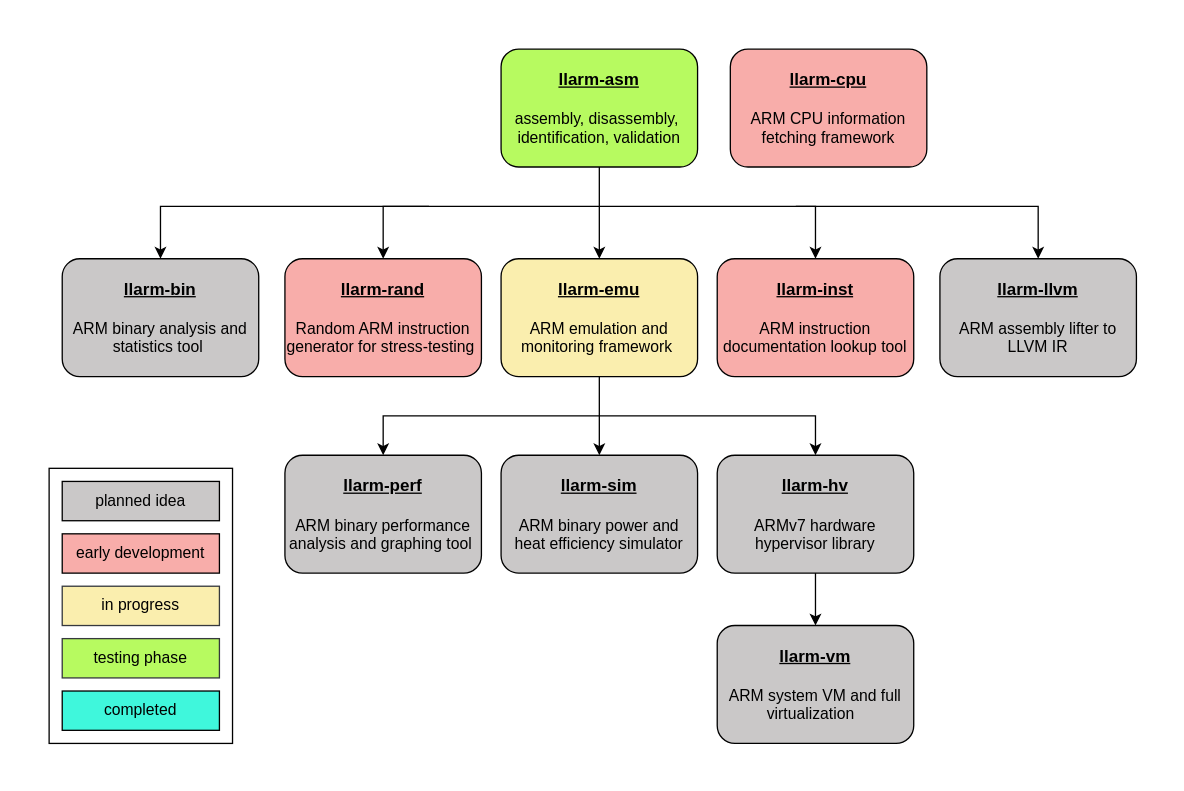
Before: assets/roadmap/llarm_roadmap.drawio in kernelwernel/llarm, a draw.io diagram. Source tidied: cells renumbered, new cells numbered last; positions are measured from the earlier drawing's top-left corner, leaving out a move shared by most shapes. Both pictures are drawn from the tidied source at 131%, with x=0, y=0 at pixel (22, 22).
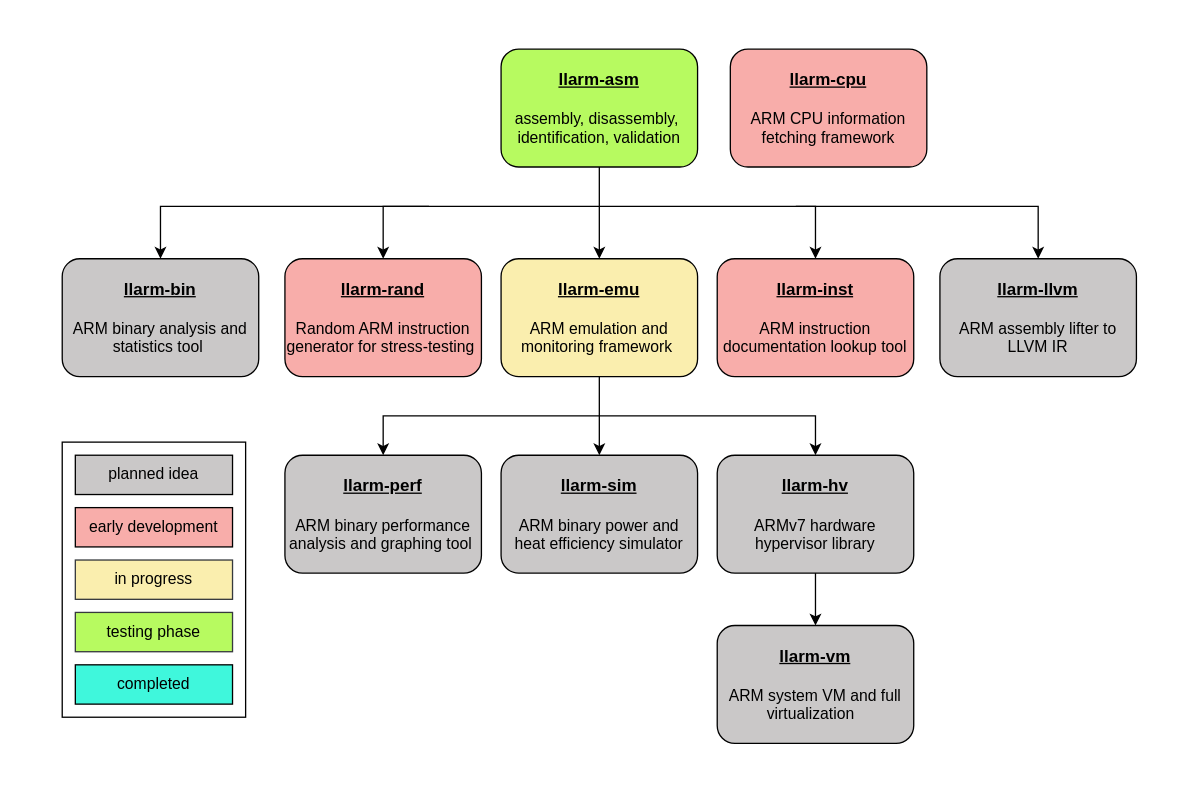
The same page after the edit.

Diff of the diagram source:
```diff
@@
-    <mxCell id="2" style="rounded=0;whiteSpace=wrap;html=1;strokeColor=none;" parent="1" vertex="1">
+    <mxCell id="2" style="rounded=1;whiteSpace=wrap;html=1;strokeColor=none;arcSize=8;" parent="1" vertex="1">
       <mxGeometry width="870" height="570" as="geometry" />
     </mxCell>
     <mxCell id="3" style="rounded=0;whiteSpace=wrap;html=1;" parent="1" vertex="1">
-      <mxGeometry x="20" y="340" width="140" height="210" as="geometry" />
+      <mxGeometry x="30" y="320" width="140" height="210" as="geometry" />
     </mxCell>
     <mxCell id="4" value="testing phase" style="rounded=0;whiteSpace=wrap;html=1;fillColor=#B7FA60;strokeColor=#36393d;" parent="1" vertex="1">
-      <mxGeometry x="30" y="470" width="120" height="30" as="geometry" />
+      <mxGeometry x="40" y="450" width="120" height="30" as="geometry" />
     </mxCell>
     <mxCell id="5" value="completed" style="rounded=0;whiteSpace=wrap;html=1;fillColor=#3FF7DC;strokeColor=#000000;" parent="1" vertex="1">
-      <mxGeometry x="30" y="510" width="120" height="30" as="geometry" />
+      <mxGeometry x="40" y="490" width="120" height="30" as="geometry" />
     </mxCell>
     <mxCell id="6" value="in progress" style="rounded=0;whiteSpace=wrap;html=1;fillColor=#FAEEAE;strokeColor=#36393d;" parent="1" vertex="1">
-      <mxGeometry x="30" y="430" width="120" height="30" as="geometry" />
+      <mxGeometry x="40" y="410" width="120" height="30" as="geometry" />
     </mxCell>
     <mxCell id="7" value="planned idea" style="rounded=0;whiteSpace=wrap;html=1;fillColor=light-dark(#CAC8C8,transparent);fontColor=light-dark(#000000, #c1c1c1);strokeColor=#000000;gradientColor=none;" parent="1" vertex="1">
-      <mxGeometry x="30" y="350" width="120" height="30" as="geometry" />
+      <mxGeometry x="40" y="330" width="120" height="30" as="geometry" />
     </mxCell>
@@
     <mxCell id="9" value="early development" style="rounded=0;whiteSpace=wrap;html=1;fillColor=#F8ADAA;strokeColor=#000000;gradientColor=none;" parent="1" vertex="1">
-      <mxGeometry x="30" y="390" width="120" height="30" as="geometry" />
+      <mxGeometry x="40" y="370" width="120" height="30" as="geometry" />
     </mxCell>
```
